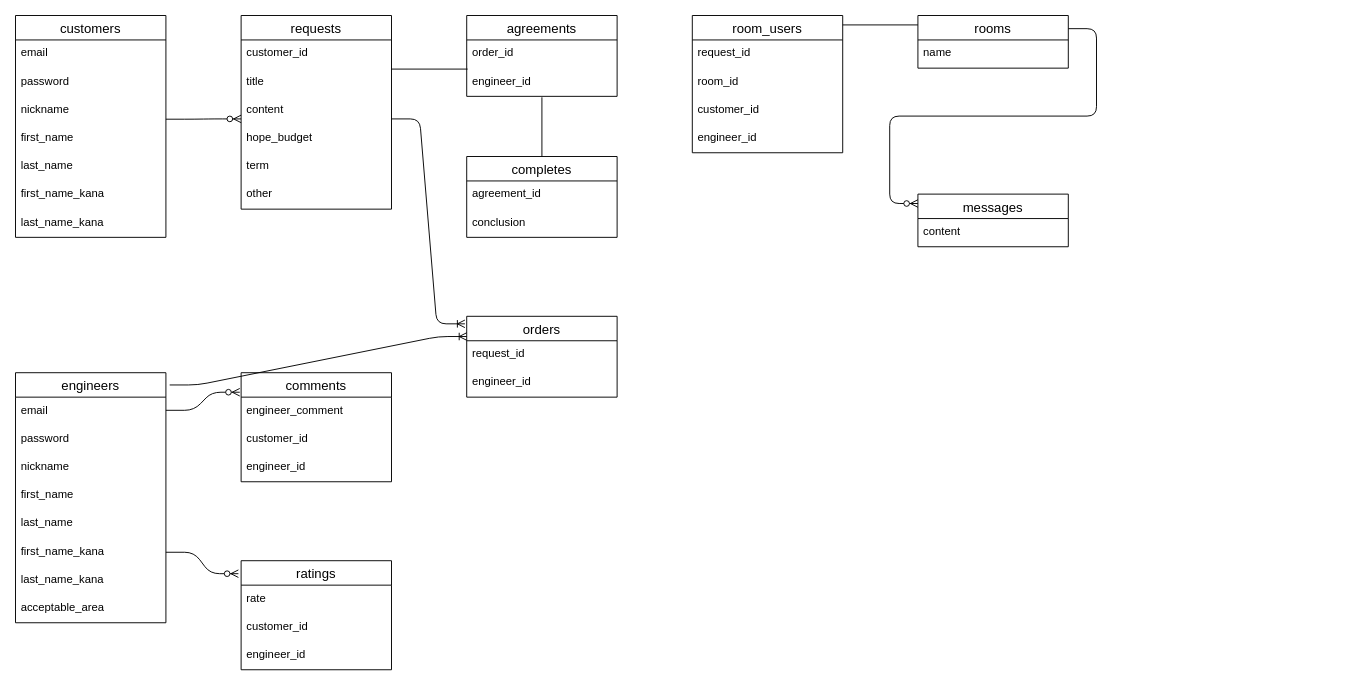
This is er.dio from ikun2019/exece_bridge, a draw.io file, before an edit. Source tidied: cells renumbered, new cells numbered last; positions are measured from the earlier drawing's top-left corner, leaving out a move shared by most shapes. Both pictures are drawn from the tidied source at 94%, with x=0, y=0 at pixel (15, 15).
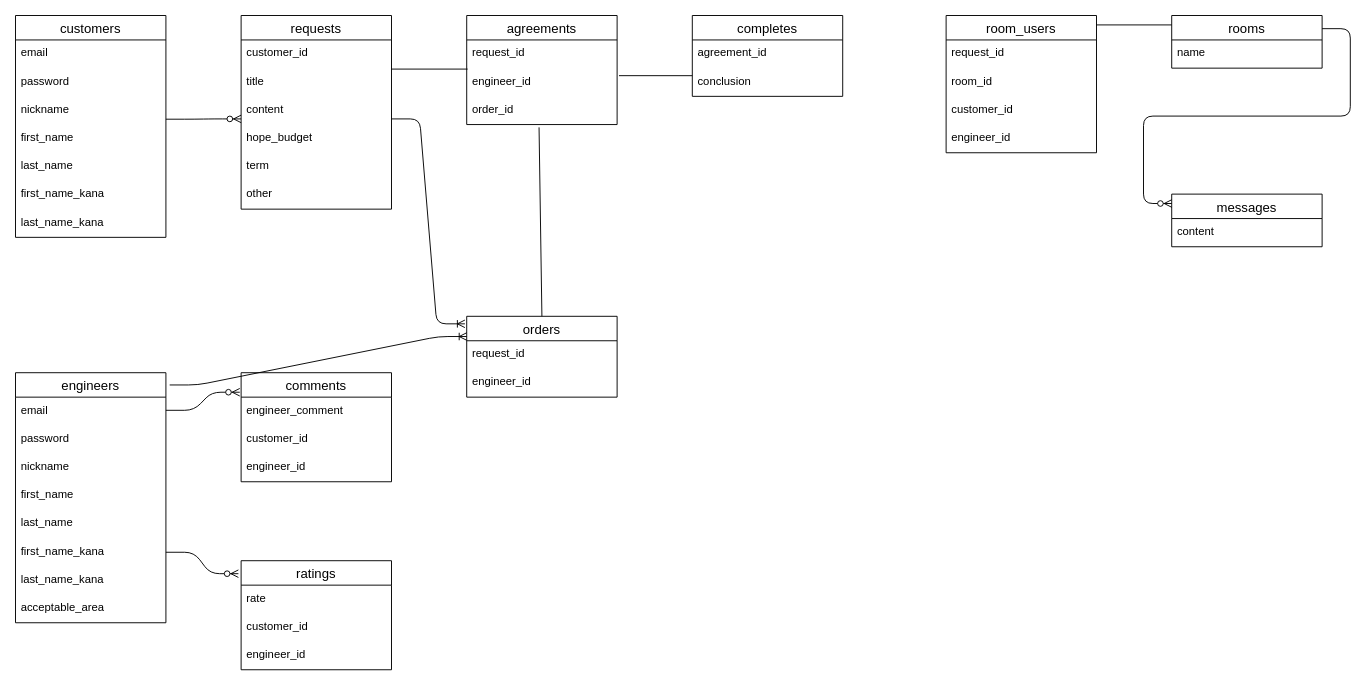
The same page after the edit.

Unchanged cells that the change refers to:
```xml
<mxCell id="47" value="orders" style="swimlane;fontStyle=0;horizontal=1;startSize=26;align=center;fontSize=14;" parent="1" vertex="1">
  <mxGeometry x="480" y="320" width="160" height="86" as="geometry" />
</mxCell>
<mxCell id="55" value="engineer_id" style="text;strokeColor=none;fillColor=none;spacingLeft=4;spacingRight=4;overflow=hidden;points=[[0,0.5],[1,0.5]];portConstraint=eastwest;fontSize=12;" parent="53" vertex="1">
  <mxGeometry y="56" width="160" height="30" as="geometry" />
</mxCell>
<mxCell id="58" value="conclusion" style="text;strokeColor=none;fillColor=none;spacingLeft=4;spacingRight=4;overflow=hidden;points=[[0,0.5],[1,0.5]];portConstraint=eastwest;fontSize=12;" parent="56" vertex="1">
  <mxGeometry y="56" width="160" height="30" as="geometry" />
</mxCell>
```

The edit, as a diff of the source:
```diff
@@
     <mxCell id="36" value="room_users" style="swimlane;fontStyle=0;horizontal=1;startSize=26;align=center;fontSize=14;" parent="1" vertex="1">
-      <mxGeometry x="720" width="160" height="146" as="geometry" />
+      <mxGeometry x="990" width="160" height="146" as="geometry" />
     </mxCell>
@@
     <mxCell id="41" value="rooms" style="swimlane;fontStyle=0;horizontal=1;startSize=26;align=center;fontSize=14;" parent="1" vertex="1">
-      <mxGeometry x="960" width="160" height="56" as="geometry" />
+      <mxGeometry x="1230" width="160" height="56" as="geometry" />
     </mxCell>
@@
     <mxCell id="44" value="messages" style="swimlane;fontStyle=0;horizontal=1;startSize=26;align=center;fontSize=14;" parent="1" vertex="1">
-      <mxGeometry x="960" y="190" width="160" height="56" as="geometry" />
+      <mxGeometry x="1230" y="190" width="160" height="56" as="geometry" />
     </mxCell>
@@
     <mxCell id="46" style="edgeStyle=entityRelationEdgeStyle;fontSize=12;html=1;endArrow=ERzeroToMany;endFill=1;exitX=1;exitY=0.25;exitDx=0;exitDy=0;" parent="1" edge="1" source="41">
       <mxGeometry relative="1" as="geometry">
-        <mxPoint x="960" y="200" as="targetPoint" />
+        <mxPoint x="1230" y="200" as="targetPoint" />
       </mxGeometry>
     </mxCell>
@@
     <mxCell id="50" style="endArrow=none;html=1;rounded=0;" parent="1" edge="1">
       <mxGeometry relative="1" as="geometry">
-        <mxPoint x="880" y="10" as="sourcePoint" />
-        <mxPoint x="960" y="10" as="targetPoint" />
+        <mxPoint x="1150" y="10" as="sourcePoint" />
+        <mxPoint x="1230" y="10" as="targetPoint" />
       </mxGeometry>
     </mxCell>
@@
     <mxCell id="53" value="agreements" style="swimlane;fontStyle=0;horizontal=1;startSize=26;align=center;fontSize=14;" parent="1" vertex="1">
-      <mxGeometry x="480" width="160" height="86" as="geometry" />
+      <mxGeometry x="480" width="160" height="116" as="geometry" />
     </mxCell>
-    <mxCell id="54" value="order_id" style="text;strokeColor=none;fillColor=none;spacingLeft=4;spacingRight=4;overflow=hidden;fontSize=12;" parent="53" vertex="1">
+    <mxCell id="54" value="request_id" style="text;strokeColor=none;fillColor=none;spacingLeft=4;spacingRight=4;overflow=hidden;fontSize=12;" parent="53" vertex="1">
       <mxGeometry y="26" width="160" height="30" as="geometry" />
     </mxCell>
@@
+    <mxCell id="61" value="order_id" style="text;strokeColor=none;fillColor=none;spacingLeft=4;spacingRight=4;overflow=hidden;points=[[0,0.5],[1,0.5]];portConstraint=eastwest;fontSize=12;" parent="53" vertex="1">
+      <mxGeometry y="86" width="160" height="30" as="geometry" />
+    </mxCell>
     <mxCell id="56" value="completes" style="swimlane;fontStyle=0;horizontal=1;startSize=26;align=center;fontSize=14;" parent="1" vertex="1">
-      <mxGeometry x="480" y="150" width="160" height="86" as="geometry" />
+      <mxGeometry x="720" width="160" height="86" as="geometry" />
     </mxCell>
@@
-    <mxCell id="59" style="endArrow=none;html=1;rounded=0;entryX=0.5;entryY=0;entryDx=0;entryDy=0;exitX=0.5;exitY=1.033;exitDx=0;exitDy=0;exitPerimeter=0;" parent="1" edge="1" source="55" target="56">
-      <mxGeometry relative="1" as="geometry" />
-    </mxCell>
@@
+    <mxCell id="62" style="endArrow=none;html=1;rounded=0;entryX=0;entryY=0.267;entryDx=0;entryDy=0;entryPerimeter=0;" parent="1" edge="1" target="58">
+      <mxGeometry relative="1" as="geometry">
+        <mxPoint x="642" y="64" as="sourcePoint" />
+      </mxGeometry>
+    </mxCell>
+    <mxCell id="63" style="endArrow=none;html=1;rounded=0;exitX=0.5;exitY=0;exitDx=0;exitDy=0;entryX=0.481;entryY=1.1;entryDx=0;entryDy=0;entryPerimeter=0;" parent="1" edge="1" source="47" target="61">
+      <mxGeometry relative="1" as="geometry" />
+    </mxCell>
```
